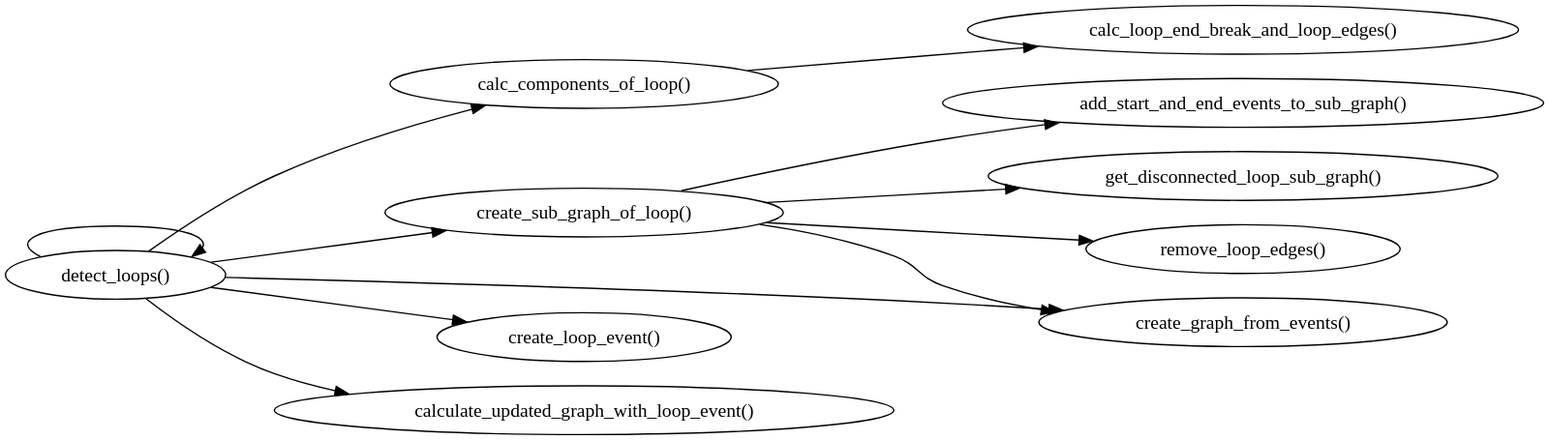
Above: docs/development/design/1-DN-SCC_loop_detection/call_graph.svg in xtuml/otel2puml (PlantUML), before the change. Its source is kept beside it as docs/development/design/1-DN-SCC_loop_detection/call_graph.puml.
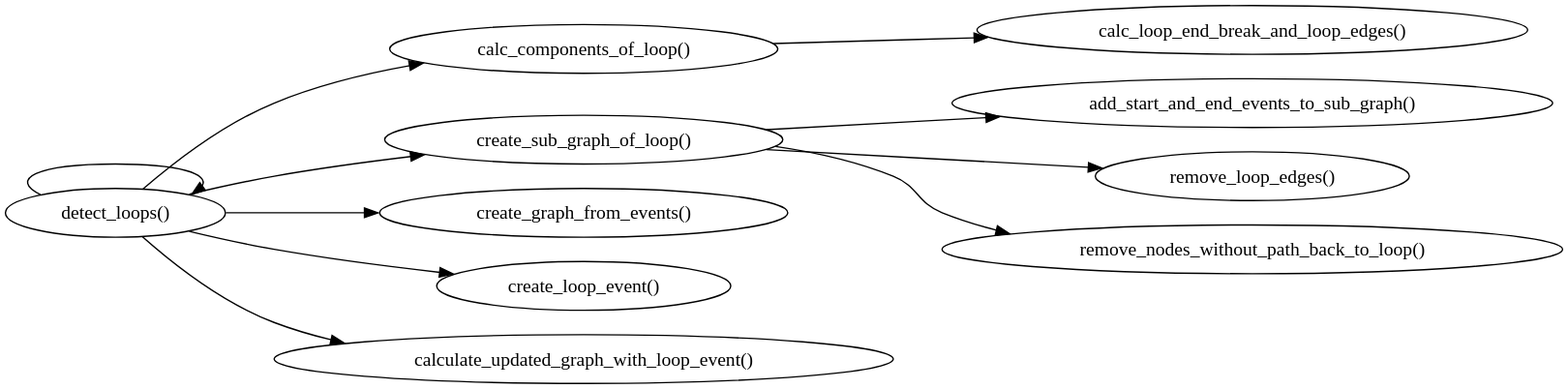
After the change.

Commit message:
Cdstp 64 function to create sub graph of loop (#70)

Diff of the diagram source:
```diff
@@ -10,14 +10,13 @@
   create_sub_graph_of_loop [label="create_sub_graph_of_loop()"];
 
   add_start_and_end_events_to_sub_graph [label="add_start_and_end_events_to_sub_graph()"];
-  get_disconnected_loop_sub_graph [label="get_disconnected_loop_sub_graph()"];
   remove_loop_edges [label="remove_loop_edges()"];
+  remove_nodes_without_path_back_to_loop [label="remove_nodes_without_path_back_to_loop()"];
   create_graph_from_events [label="create_graph_from_events()"];
     detect_loops -> create_sub_graph_of_loop;
     create_sub_graph_of_loop -> add_start_and_end_events_to_sub_graph;
-    create_sub_graph_of_loop -> get_disconnected_loop_sub_graph;
     create_sub_graph_of_loop -> remove_loop_edges;
-    create_sub_graph_of_loop -> create_graph_from_events
+    create_sub_graph_of_loop -> remove_nodes_without_path_back_to_loop;
   create_loop_event [label="create_loop_event()"];
   calculate_updated_graph_with_loop_event [label="calculate_updated_graph_with_loop_event()"];
     detect_loops -> create_loop_event;
```
